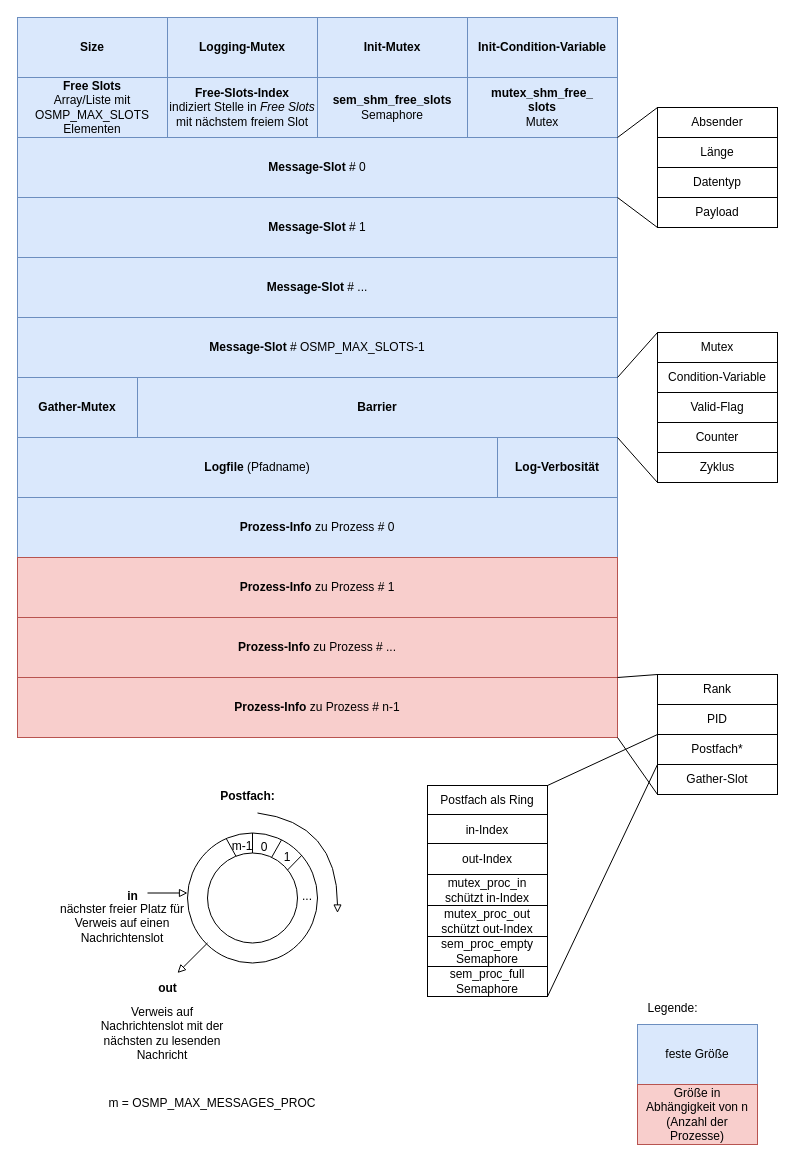
Thomas12141/Betriebssysteme_Praktikum keeps this draw.io diagram as docs/Struktur_Shared_Memory.drawio. Above is the earlier version. Source tidied: cells renumbered, new cells numbered last; positions are measured from the earlier drawing's top-left corner, leaving out a move shared by most shapes. Both pictures are drawn from the tidied source at 100%, with x=0, y=0 at pixel (17, 17).
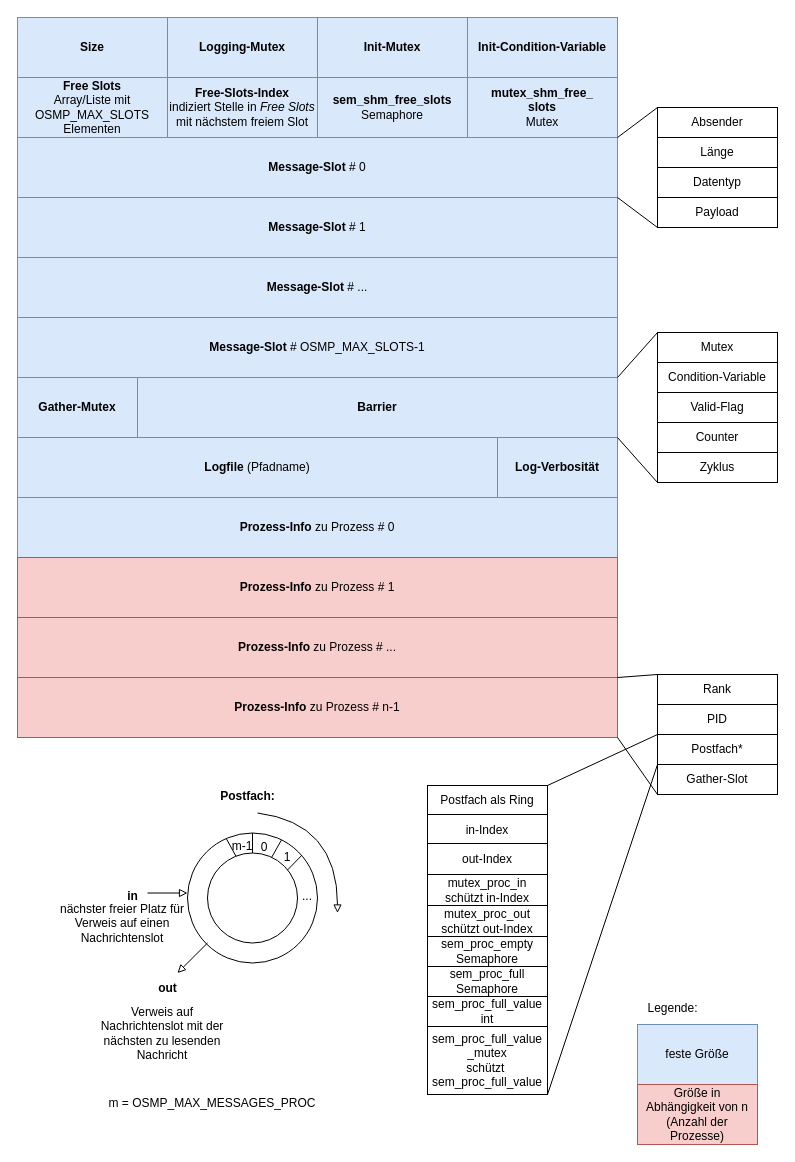
Above is the later version.

The change refers to these unchanged cells:
```xml
<mxCell id="33" value="Gather-Slot" style="rounded=0;whiteSpace=wrap;html=1;" parent="1" vertex="1">
  <mxGeometry x="640" y="747" width="120" height="30" as="geometry" />
</mxCell>
<mxCell id="42" value="&lt;div&gt;sem_proc_full&lt;/div&gt;&lt;div&gt;Semaphore&lt;br&gt;&lt;/div&gt;" style="rounded=0;whiteSpace=wrap;html=1;" parent="1" vertex="1">
  <mxGeometry x="410" y="949" width="120" height="30" as="geometry" />
</mxCell>
```

The edit, as a diff of the source:
```diff
@@
-    <mxCell id="66" style="endArrow=none;html=1;rounded=0;exitX=1;exitY=1;exitDx=0;exitDy=0;entryX=0;entryY=0;entryDx=0;entryDy=0;" parent="1" edge="1" source="42" target="33">
+    <mxCell id="66" style="endArrow=none;html=1;rounded=0;exitX=1;exitY=1;exitDx=0;exitDy=0;entryX=0;entryY=0;entryDx=0;entryDy=0;" parent="1" edge="1" source="73" target="33">
       <mxGeometry relative="1" as="geometry" />
     </mxCell>
@@
+    <mxCell id="72" value="&lt;div&gt;sem_proc_full_value&lt;/div&gt;&lt;div&gt;int&lt;br&gt;&lt;/div&gt;" style="rounded=0;whiteSpace=wrap;html=1;" parent="1" vertex="1">
+      <mxGeometry x="410" y="979" width="120" height="30" as="geometry" />
+    </mxCell>
+    <mxCell id="73" value="&lt;div&gt;sem_proc_full_value&lt;/div&gt;&lt;div&gt;_&lt;span style=&quot;background-color: initial;&quot;&gt;mutex&lt;/span&gt;&lt;/div&gt;&lt;div&gt;schützt&amp;nbsp;&lt;br&gt;&lt;/div&gt;&lt;div&gt;sem_proc_full_value&lt;br&gt;&lt;/div&gt;" style="rounded=0;whiteSpace=wrap;html=1;" parent="1" vertex="1">
+      <mxGeometry x="410" y="1009" width="120" height="68" as="geometry" />
+    </mxCell>
```
